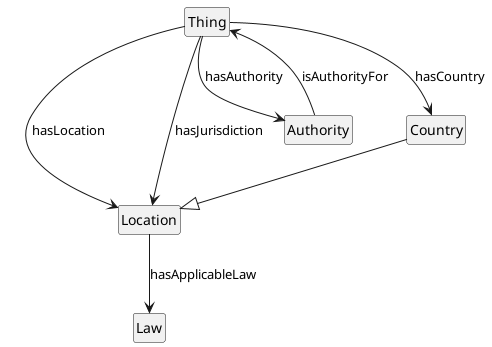
Earlier version of the PlantUML export media/overview_Location.png (jeswr/dpv). Its diagram source:
```plantuml
@startuml
!include style.plantuml
top to bottom direction

class Thing
class Location
class Authority
class Law
class Country

Country --|> Location
Thing --> Authority: hasAuthority
Authority --> Thing: isAuthorityFor
Thing --> Location: hasLocation
Thing --> Location: hasJurisdiction
Thing --> Country: hasCountry
Location --> Law: hasApplicableLaw

@enduml
```
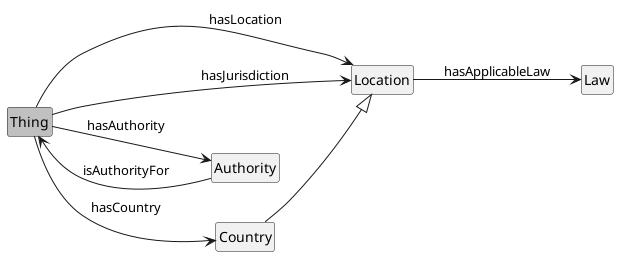
Later version of the same file.

Diff of the diagram source:
```diff
@@ -1,8 +1,8 @@
 @startuml
 !include style.plantuml
-top to bottom direction
+left to right direction
 
-class Thing
+class Thing #silver
 class Location
 class Authority
 class Law
```
